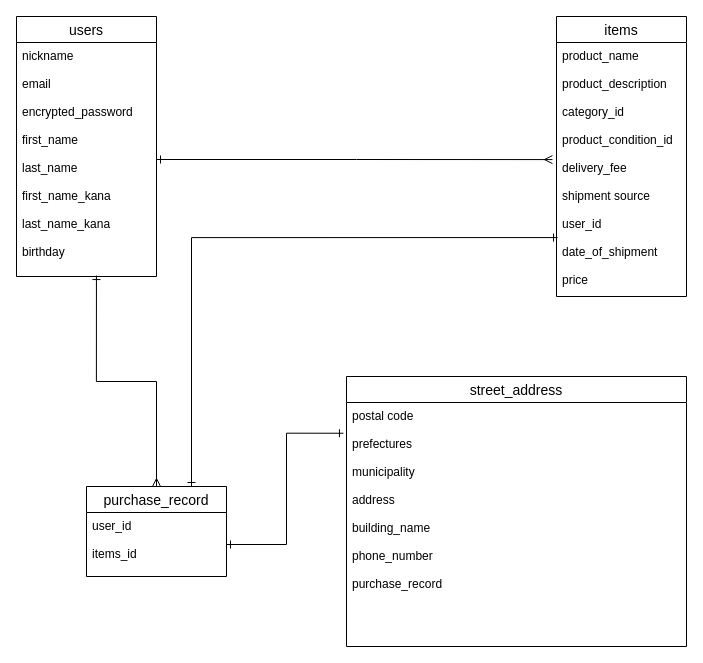
shuta0417/furima-31790 keeps this draw.io diagram as config/furima.dio. Above is the earlier version. Source tidied: cells renumbered, new cells numbered last; positions are measured from the earlier drawing's top-left corner, leaving out a move shared by most shapes. Both pictures are drawn from the tidied source at 100%, with x=0, y=0 at pixel (16, 16).
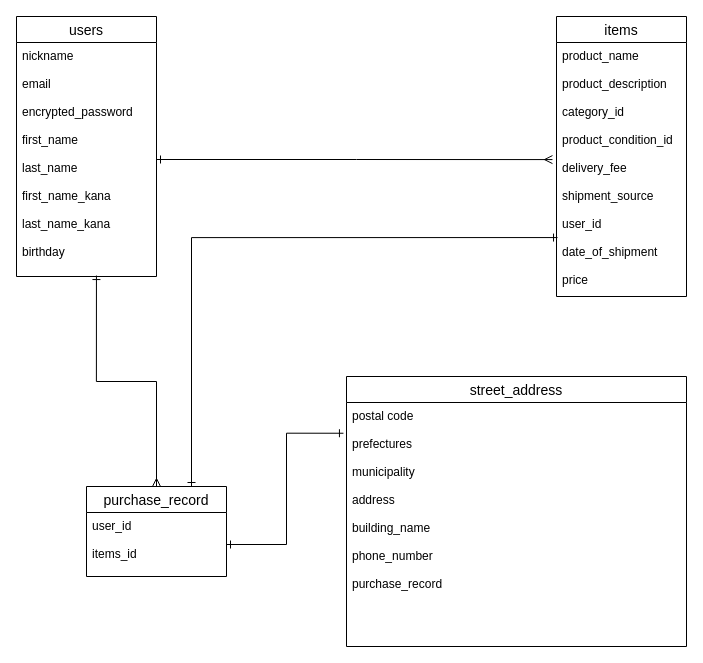
The same page after the edit.

Commit message (it also covers changes not shown here):
テーブル設定修正　レビュー依頼４

Change to the diagram source:
```diff
@@
 <mxGraphModel>
   <root>
     <mxCell id="0" />
     <mxCell id="1" parent="0" />
     <mxCell id="2" value="items" style="swimlane;fontStyle=0;horizontal=1;startSize=26;align=center;fontSize=14;" parent="1" vertex="1">
       <mxGeometry x="540" width="130" height="280" as="geometry" />
     </mxCell>
-    <mxCell id="3" value="product_name &#10;&#10;product_description&#10; &#10;category_id&#10; &#10;product_condition_id&#10; &#10;delivery_fee&#10; &#10;shipment source&#10; &#10;user_id&#10; &#10;date_of_shipment&#10; &#10;price" style="text;strokeColor=none;fillColor=none;spacingLeft=4;spacingRight=4;overflow=hidden;points=[[0,0.5],[1,0.5]];portConstraint=eastwest;fontSize=12;" parent="2" vertex="1">
+    <mxCell id="3" value="product_name &#10;&#10;product_description&#10; &#10;category_id&#10; &#10;product_condition_id&#10; &#10;delivery_fee&#10; &#10;shipment_source&#10; &#10;user_id&#10; &#10;date_of_shipment&#10; &#10;price" style="text;strokeColor=none;fillColor=none;spacingLeft=4;spacingRight=4;overflow=hidden;points=[[0,0.5],[1,0.5]];portConstraint=eastwest;fontSize=12;" parent="2" vertex="1">
       <mxGeometry y="26" width="130" height="254" as="geometry" />
     </mxCell>
     <mxCell id="4" value="users" style="swimlane;fontStyle=0;horizontal=1;startSize=26;align=center;fontSize=14;" parent="1" vertex="1">
       <mxGeometry width="140" height="260" as="geometry" />
     </mxCell>
     <mxCell id="5" value="nickname &#10;&#10;email&#10;&#10;encrypted_password&#10;&#10;first_name &#10;&#10;last_name &#10;&#10;first_name_kana &#10;&#10;last_name_kana &#10;&#10;birthday " style="text;strokeColor=none;fillColor=none;spacingLeft=4;spacingRight=4;overflow=hidden;points=[[0,0.5],[1,0.5]];portConstraint=eastwest;fontSize=12;" parent="4" vertex="1">
       <mxGeometry y="26" width="140" height="234" as="geometry" />
     </mxCell>
     <mxCell id="6" style="edgeStyle=orthogonalEdgeStyle;rounded=0;jettySize=auto;html=1;exitX=0.5;exitY=0;exitDx=0;exitDy=0;entryX=0.571;entryY=0.996;entryDx=0;entryDy=0;entryPerimeter=0;startArrow=ERmany;startFill=0;endArrow=ERone;endFill=0;" parent="1" edge="1" source="9" target="5">
       <mxGeometry relative="1" as="geometry" />
     </mxCell>
     <mxCell id="7" style="edgeStyle=orthogonalEdgeStyle;rounded=0;jettySize=auto;html=1;entryX=-0.031;entryY=0.461;entryDx=0;entryDy=0;entryPerimeter=0;startArrow=ERone;startFill=0;endArrow=ERmany;endFill=0;" parent="1" edge="1" source="5" target="3">
       <mxGeometry relative="1" as="geometry" />
     </mxCell>
     <mxCell id="8" style="edgeStyle=orthogonalEdgeStyle;rounded=0;jettySize=auto;html=1;exitX=0.75;exitY=0;exitDx=0;exitDy=0;entryX=0.008;entryY=0.768;entryDx=0;entryDy=0;entryPerimeter=0;startArrow=ERone;startFill=0;endArrow=ERone;endFill=0;" parent="1" edge="1" source="9" target="3">
       <mxGeometry relative="1" as="geometry" />
     </mxCell>
     <mxCell id="9" value="purchase_record" style="swimlane;fontStyle=0;horizontal=1;startSize=26;align=center;fontSize=14;" parent="1" vertex="1">
       <mxGeometry x="70" y="470" width="140" height="90" as="geometry" />
     </mxCell>
     <mxCell id="10" value="user_id&#10;&#10;items_id " style="text;strokeColor=none;fillColor=none;spacingLeft=4;spacingRight=4;overflow=hidden;points=[[0,0.5],[1,0.5]];portConstraint=eastwest;fontSize=12;" parent="9" vertex="1">
       <mxGeometry y="26" width="140" height="64" as="geometry" />
     </mxCell>
     <mxCell id="11" style="edgeStyle=orthogonalEdgeStyle;rounded=0;jettySize=auto;html=1;exitX=1;exitY=0.5;exitDx=0;exitDy=0;entryX=-0.009;entryY=0.126;entryDx=0;entryDy=0;entryPerimeter=0;startArrow=ERone;startFill=0;endArrow=ERone;endFill=0;" parent="1" edge="1" source="10" target="13">
       <mxGeometry relative="1" as="geometry" />
     </mxCell>
     <mxCell id="12" value="street_address" style="swimlane;fontStyle=0;horizontal=1;startSize=26;align=center;fontSize=14;" parent="1" vertex="1">
       <mxGeometry x="330" y="360" width="340" height="270" as="geometry" />
     </mxCell>
     <mxCell id="13" value="postal code&#10;&#10;prefectures&#10;&#10;municipality&#10; &#10;address &#10;&#10;building_name &#10;&#10;phone_number&#10;&#10;purchase_record" style="text;strokeColor=none;fillColor=none;spacingLeft=4;spacingRight=4;overflow=hidden;points=[[0,0.5],[1,0.5]];portConstraint=eastwest;fontSize=12;" parent="12" vertex="1">
       <mxGeometry y="26" width="340" height="244" as="geometry" />
     </mxCell>
   </root>
 </mxGraphModel>
```
